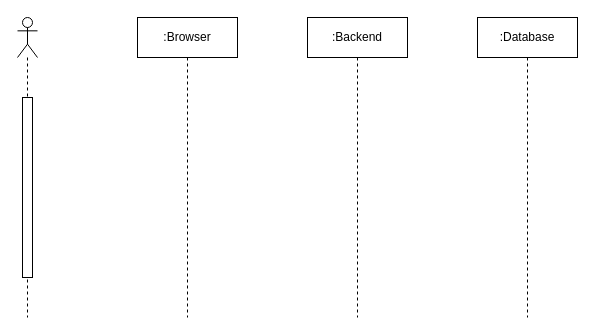
Above: 材料管理时序图.drawio in saucesy/uml (draw.io), before the change. Source tidied: cells renumbered, new cells numbered last; positions are measured from the earlier drawing's top-left corner, leaving out a move shared by most shapes. Both pictures are drawn from the tidied source at 100%, with x=0, y=0 at pixel (17, 17).
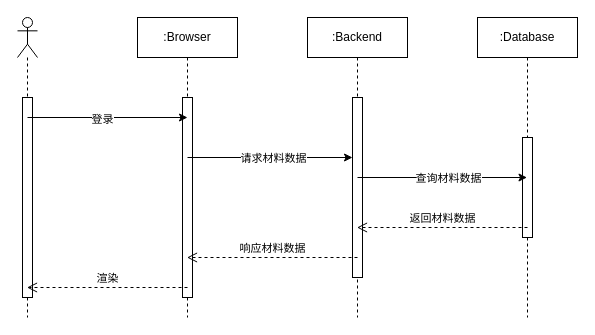
The same page after the edit.

Commit message (it also covers changes not shown here):
更新材料管理时序图.drawio

The change refers to these unchanged cells:
```xml
<mxCell id="2" style="shape=umlLifeline;perimeter=lifelinePerimeter;whiteSpace=wrap;html=1;outlineConnect=0;portConstraint=eastwest;newEdgeStyle={&quot;curved&quot;:0,&quot;rounded&quot;:0};participant=umlActor;" parent="1" vertex="1">
  <mxGeometry width="20" height="300" as="geometry" />
</mxCell>
<mxCell id="4" value=":Browser" style="shape=umlLifeline;perimeter=lifelinePerimeter;whiteSpace=wrap;html=1;outlineConnect=0;portConstraint=eastwest;newEdgeStyle={&quot;curved&quot;:0,&quot;rounded&quot;:0};" parent="1" vertex="1">
  <mxGeometry x="120" width="100" height="300" as="geometry" />
</mxCell>
<mxCell id="5" value=":Backend" style="shape=umlLifeline;perimeter=lifelinePerimeter;whiteSpace=wrap;html=1;outlineConnect=0;portConstraint=eastwest;newEdgeStyle={&quot;curved&quot;:0,&quot;rounded&quot;:0};" parent="1" vertex="1">
  <mxGeometry x="290" width="100" height="300" as="geometry" />
</mxCell>
<mxCell id="6" value=":Database" style="shape=umlLifeline;perimeter=lifelinePerimeter;whiteSpace=wrap;html=1;newEdgeStyle={&quot;curved&quot;:0,&quot;rounded&quot;:0};" parent="1" vertex="1">
  <mxGeometry x="460" width="100" height="300" as="geometry" />
</mxCell>
```

The edit, as a diff of the source:
```diff
@@
     <mxCell id="3" style="html=1;perimeter=orthogonalPerimeter;targetShapes=umlLifeline;newEdgeStyle={&quot;curved&quot;:0,&quot;rounded&quot;:0};" parent="2" vertex="1">
-      <mxGeometry x="5" y="80" width="10" height="180" as="geometry" />
+      <mxGeometry x="5" y="80" width="10" height="200" as="geometry" />
     </mxCell>
@@
+    <mxCell id="7" style="html=1;perimeter=orthogonalPerimeter;targetShapes=umlLifeline;newEdgeStyle={&quot;curved&quot;:0,&quot;rounded&quot;:0};" parent="4" vertex="1">
+      <mxGeometry x="45" y="80" width="10" height="200" as="geometry" />
+    </mxCell>
@@
+    <mxCell id="8" style="html=1;points=[[0,0,0,0,5],[0,1,0,0,-5],[1,0,0,0,5],[1,1,0,0,-5]];perimeter=orthogonalPerimeter;outlineConnect=0;targetShapes=umlLifeline;portConstraint=eastwest;newEdgeStyle={&quot;curved&quot;:0,&quot;rounded&quot;:0};" parent="5" vertex="1">
+      <mxGeometry x="45" y="80" width="10" height="180" as="geometry" />
+    </mxCell>
@@
+    <mxCell id="9" style="html=1;perimeter=orthogonalPerimeter;targetShapes=umlLifeline;newEdgeStyle={&quot;curved&quot;:0,&quot;rounded&quot;:0};" parent="6" vertex="1">
+      <mxGeometry x="45" y="120" width="10" height="100" as="geometry" />
+    </mxCell>
+    <mxCell id="10" style="endArrow=classic;html=1;rounded=0;" parent="1" edge="1">
+      <mxGeometry relative="1" as="geometry">
+        <mxPoint x="10" y="100" as="sourcePoint" />
+        <mxPoint x="170" y="100" as="targetPoint" />
+      </mxGeometry>
+    </mxCell>
+    <mxCell id="11" value="登录" style="edgeLabel;html=1;align=center;verticalAlign=middle;" parent="10" vertex="1">
+      <mxGeometry x="-0.08" y="-1" relative="1" as="geometry" />
+    </mxCell>
+    <mxCell id="12" style="endArrow=classic;html=1;rounded=0;" parent="1" edge="1" target="8">
+      <mxGeometry relative="1" as="geometry">
+        <mxPoint x="170" y="140" as="sourcePoint" />
+      </mxGeometry>
+    </mxCell>
+    <mxCell id="13" value="请求材料数据" style="edgeLabel;html=1;align=center;verticalAlign=middle;" parent="12" vertex="1">
+      <mxGeometry x="0.03" relative="1" as="geometry" />
+    </mxCell>
+    <mxCell id="14" style="endArrow=classic;html=1;rounded=0;" parent="1" edge="1">
+      <mxGeometry relative="1" as="geometry">
+        <mxPoint x="340" y="160" as="sourcePoint" />
+        <mxPoint x="509.5" y="160" as="targetPoint" />
+      </mxGeometry>
+    </mxCell>
+    <mxCell id="15" value="查询材料数据" style="edgeLabel;html=1;align=center;verticalAlign=middle;" parent="14" vertex="1">
+      <mxGeometry x="0.27" y="-3" relative="1" as="geometry">
+        <mxPoint x="-18" y="-3" as="offset" />
+      </mxGeometry>
+    </mxCell>
+    <mxCell id="16" value="返回材料数据" style="html=1;verticalAlign=bottom;endArrow=open;dashed=1;endSize=8;curved=0;rounded=0;" parent="1" edge="1" target="5">
+      <mxGeometry relative="1" as="geometry">
+        <mxPoint x="510" y="210" as="sourcePoint" />
+      </mxGeometry>
+    </mxCell>
+    <mxCell id="17" value="响应材料数据" style="html=1;verticalAlign=bottom;endArrow=open;dashed=1;endSize=8;curved=0;rounded=0;" parent="1" edge="1" target="4">
+      <mxGeometry relative="1" as="geometry">
+        <mxPoint x="340" y="240" as="sourcePoint" />
+      </mxGeometry>
+    </mxCell>
+    <mxCell id="18" value="渲染" style="html=1;verticalAlign=bottom;endArrow=open;dashed=1;endSize=8;curved=0;rounded=0;" parent="1" edge="1" target="2">
+      <mxGeometry relative="1" as="geometry">
+        <mxPoint x="170" y="270" as="sourcePoint" />
+      </mxGeometry>
+    </mxCell>
```
